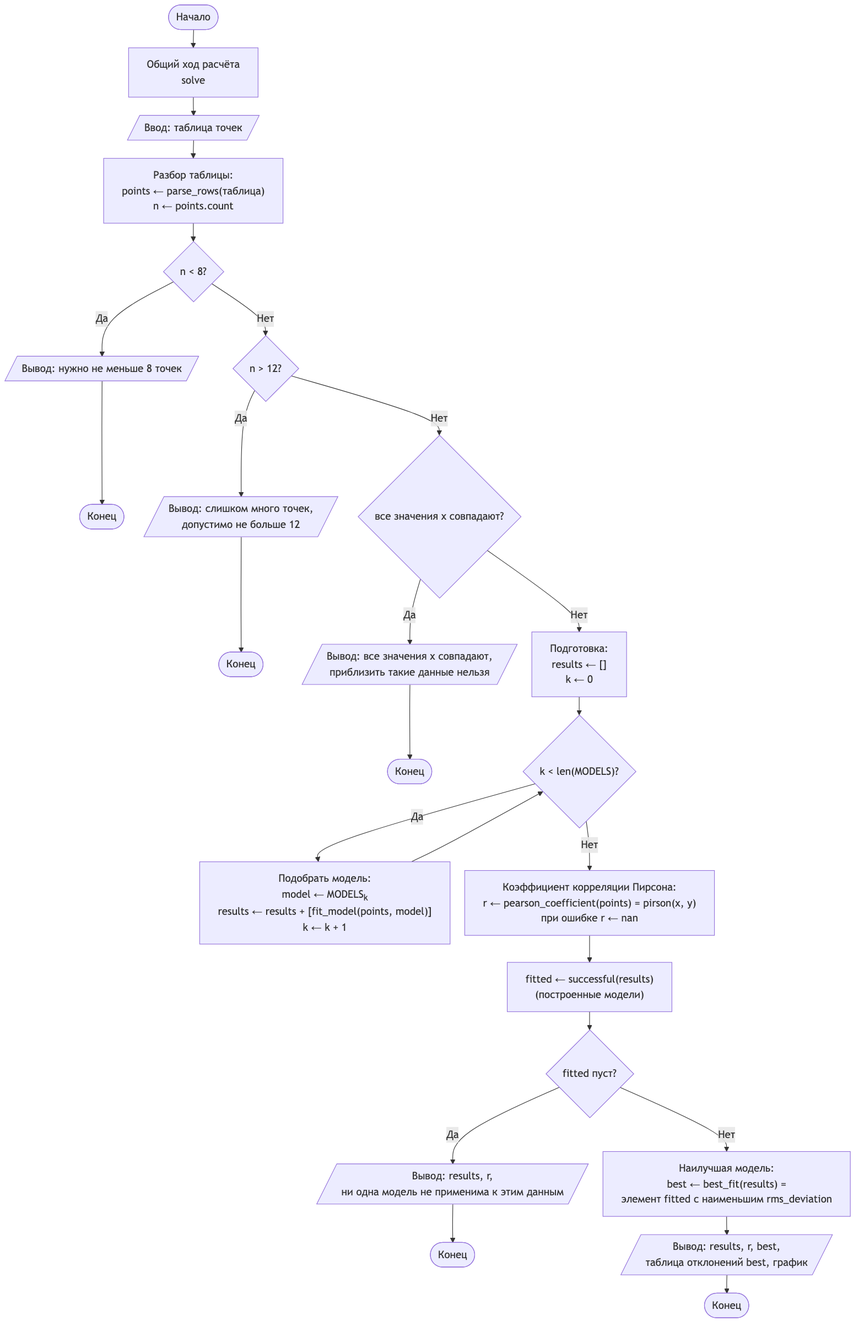
Earlier version of the Mermaid export report_assets/solve.png (juliakrasnoshtanova/itmo_compmath_lab4). Its source is kept beside it as mermaid/solve.mmd.
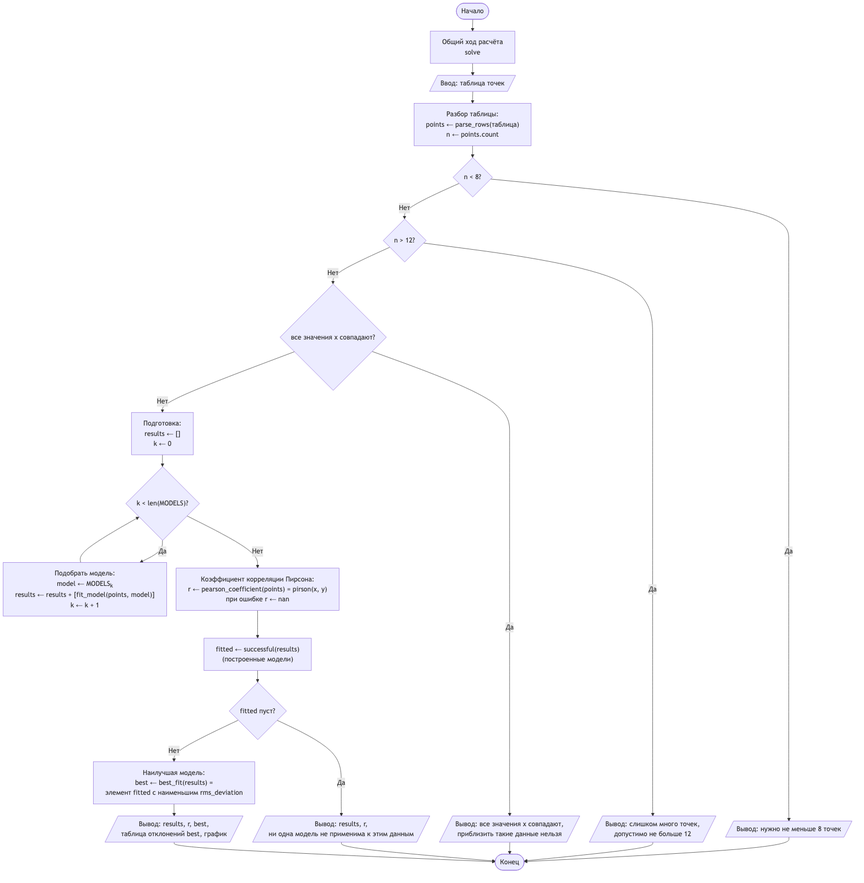
The same diagram one commit later.

The edit, as a diff of the source:
```diff
@@ -6,13 +6,13 @@
     INPUT --> PARSE["Разбор таблицы:<br/>points ← parse_rows(таблица)<br/>n ← points.count"]
     PARSE --> CHECK_MIN{"n < 8?"}
     CHECK_MIN -- "Да" --> ERR_MIN[/"Вывод: нужно не меньше 8 точек"/]
-    ERR_MIN --> END_FAIL1(["Конец"])
+    ERR_MIN --> END
     CHECK_MIN -- "Нет" --> CHECK_MAX{"n > 12?"}
     CHECK_MAX -- "Да" --> ERR_MAX[/"Вывод: слишком много точек,<br/>допустимо не больше 12"/]
-    ERR_MAX --> END_FAIL2(["Конец"])
+    ERR_MAX --> END
     CHECK_MAX -- "Нет" --> CHECK_X{"все значения x совпадают?"}
     CHECK_X -- "Да" --> ERR_X[/"Вывод: все значения x совпадают,<br/>приблизить такие данные нельзя"/]
-    ERR_X --> END_FAIL3(["Конец"])
+    ERR_X --> END
 
     CHECK_X -- "Нет" --> INIT["Подготовка:<br/>results ← []<br/>k ← 0"]
     INIT --> CHECK_K{"k < len(MODELS)?"}
@@ -23,7 +23,8 @@
     PEARSON --> FITTED["fitted ← successful(results)<br/>(построенные модели)"]
     FITTED --> CHECK_FITTED{"fitted пуст?"}
     CHECK_FITTED -- "Да" --> ERR_NONE[/"Вывод: results, r,<br/>ни одна модель не применима к этим данным"/]
-    ERR_NONE --> END_FAIL4(["Конец"])
+    ERR_NONE --> END
     CHECK_FITTED -- "Нет" --> BEST["Наилучшая модель:<br/>best ← best_fit(results) =<br/>элемент fitted с наименьшим rms_deviation"]
     BEST --> OUT_OK[/"Вывод: results, r, best,<br/>таблица отклонений best, график"/]
-    OUT_OK --> END_OK(["Конец"])
+    OUT_OK --> END
+    END(["Конец"])
```
